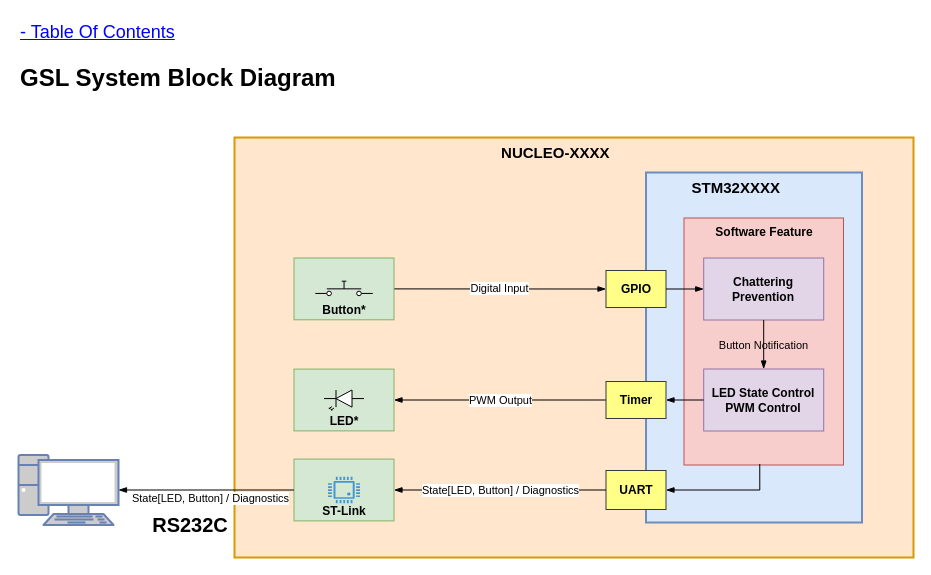
Before: page "SystemBlockDiagram" (3 of 19) of Document/GSL_Diagram.drawio in gtuja/GSL, a draw.io diagram. Source tidied: cells renumbered, new cells numbered last; positions are measured from the earlier drawing's top-left corner, leaving out a move shared by most shapes. Both pictures are drawn from the tidied source at 100%, with x=0, y=0 at pixel (18, 17).
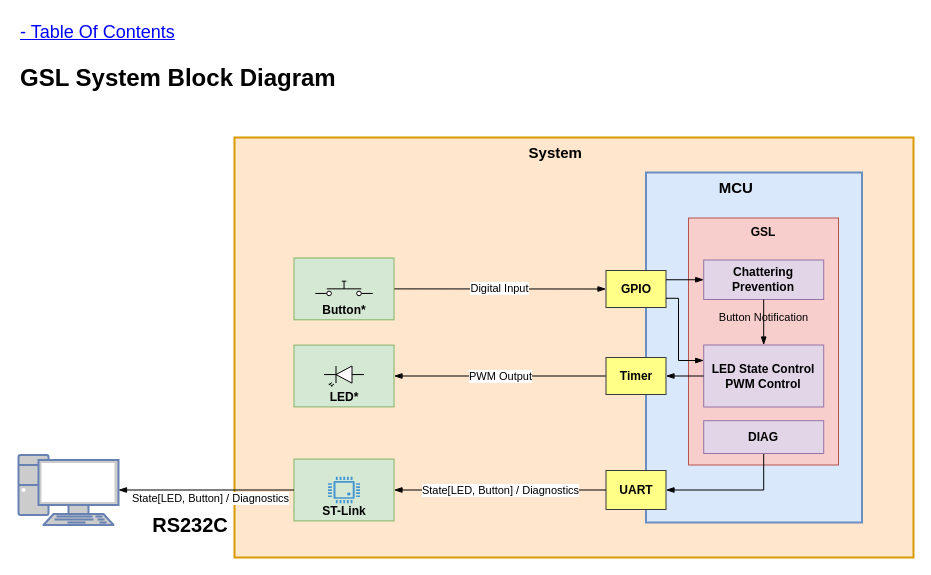
After the change.

The change refers to these unchanged cells:
```xml
<mxCell id="4" value="UART" style="rounded=0;whiteSpace=wrap;html=1;align=center;verticalAlign=middle;fontFamily=Calibri;fontStyle=1;fillColor=#ffff88;strokeColor=#36393d;" parent="1" vertex="1">
  <mxGeometry x="587.5" y="453" width="60" height="39" as="geometry" />
</mxCell>
<mxCell id="14" value="GPIO" style="rounded=0;whiteSpace=wrap;html=1;align=center;verticalAlign=middle;fontFamily=Calibri;fontStyle=1;fillColor=#ffff88;strokeColor=#36393d;" parent="1" vertex="1">
  <mxGeometry x="587.5" y="253" width="60" height="37" as="geometry" />
</mxCell>
```

What changed in the source:
```diff
@@
-    <mxCell id="2" value="&lt;div style=&quot;margin-top: 0pt; margin-bottom: 0pt; text-indent: -0.38in; font-size: 15px;&quot; class=&quot;O0&quot;&gt;&lt;span style=&quot;font-size: 15px; font-weight: bold;&quot;&gt;NUCLEO-XXXX&lt;/span&gt;&lt;/div&gt;" style="rounded=0;whiteSpace=wrap;html=1;strokeWidth=2;align=center;horizontal=1;verticalAlign=top;fontSize=15;labelBackgroundColor=none;fontFamily=Calibri;fillColor=#ffe6cc;strokeColor=#d79b00;" parent="1" vertex="1">
+    <mxCell id="2" value="&lt;div style=&quot;margin-top: 0pt; margin-bottom: 0pt; text-indent: -0.38in; font-size: 15px;&quot; class=&quot;O0&quot;&gt;&lt;span style=&quot;font-size: 15px; font-weight: bold;&quot;&gt;System&lt;/span&gt;&lt;/div&gt;" style="rounded=0;whiteSpace=wrap;html=1;strokeWidth=2;align=center;horizontal=1;verticalAlign=top;fontSize=15;labelBackgroundColor=none;fontFamily=Calibri;fillColor=#ffe6cc;strokeColor=#d79b00;" parent="1" vertex="1">
       <mxGeometry x="216" y="120" width="679" height="420" as="geometry" />
     </mxCell>
-    <mxCell id="3" value="&lt;div class=&quot;O0&quot; style=&quot;margin-top: 0pt; margin-bottom: 0pt; text-indent: -0.38in; font-size: 15px;&quot;&gt;&lt;div class=&quot;O0&quot; style=&quot;margin-top: 0pt; margin-bottom: 0pt; text-indent: -0.38in; font-size: 15px;&quot;&gt;&lt;span style=&quot;font-size: 15px; font-weight: bold;&quot;&gt;STM32XXXX&lt;/span&gt;&lt;/div&gt;&lt;/div&gt;" style="rounded=0;whiteSpace=wrap;html=1;strokeWidth=2;align=center;horizontal=1;verticalAlign=top;fontSize=15;labelBackgroundColor=none;fontFamily=Calibri;fillColor=#dae8fc;strokeColor=#6c8ebf;" parent="1" vertex="1">
+    <mxCell id="3" value="&lt;div class=&quot;O0&quot; style=&quot;margin-top: 0pt; margin-bottom: 0pt; text-indent: -0.38in; font-size: 15px;&quot;&gt;&lt;div class=&quot;O0&quot; style=&quot;margin-top: 0pt; margin-bottom: 0pt; text-indent: -0.38in; font-size: 15px;&quot;&gt;&lt;span style=&quot;font-size: 15px; font-weight: bold;&quot;&gt;MCU&lt;/span&gt;&lt;/div&gt;&lt;/div&gt;" style="rounded=0;whiteSpace=wrap;html=1;strokeWidth=2;align=center;horizontal=1;verticalAlign=top;fontSize=15;labelBackgroundColor=none;fontFamily=Calibri;fillColor=#dae8fc;strokeColor=#6c8ebf;" parent="1" vertex="1">
       <mxGeometry x="627.5" y="155" width="216" height="350" as="geometry" />
     </mxCell>
@@
-    <mxCell id="8" value="Software Feature" style="rounded=0;whiteSpace=wrap;html=1;horizontal=1;verticalAlign=top;flipV=0;fontFamily=Calibri;fontStyle=1;fillColor=#f8cecc;strokeColor=#b85450;" parent="1" vertex="1">
-      <mxGeometry x="665.5" y="200.5" width="159.5" height="247" as="geometry" />
+    <mxCell id="8" value="GSL" style="rounded=0;whiteSpace=wrap;html=1;horizontal=1;verticalAlign=top;flipV=0;fontFamily=Calibri;fontStyle=1;fillColor=#f8cecc;strokeColor=#b85450;" parent="1" vertex="1">
+      <mxGeometry x="670" y="200.5" width="150" height="247" as="geometry" />
     </mxCell>
     <mxCell id="9" value="Chattering&lt;div&gt;Prevention&lt;/div&gt;" style="rounded=0;whiteSpace=wrap;html=1;flipV=0;fontFamily=Calibri;fontStyle=1;fillColor=#e1d5e7;strokeColor=#9673a6;" parent="1" vertex="1">
-      <mxGeometry x="685.2" y="240.5" width="120" height="62" as="geometry" />
+      <mxGeometry x="685.2" y="242.5" width="120" height="39.5" as="geometry" />
     </mxCell>
     <mxCell id="10" value="LED State Control&lt;div&gt;PWM Control&lt;/div&gt;" style="rounded=0;whiteSpace=wrap;html=1;verticalAlign=middle;flipV=0;fontFamily=Calibri;fontStyle=1;fillColor=#e1d5e7;strokeColor=#9673a6;" parent="1" vertex="1">
-      <mxGeometry x="685.2" y="351.5" width="120" height="62" as="geometry" />
+      <mxGeometry x="685.2" y="327.5" width="120" height="62" as="geometry" />
     </mxCell>
     <mxCell id="11" value="Button Notification" style="endArrow=blockThin;startArrow=none;html=1;rounded=0;exitX=0.5;exitY=1;exitDx=0;exitDy=0;strokeWidth=1;startFill=0;endFill=1;fontFamily=Calibri;labelBorderColor=none;labelBackgroundColor=none;" parent="1" edge="1" source="9" target="10">
-      <mxGeometry relative="1" as="geometry" />
+      <mxGeometry x="-0.21" relative="1" as="geometry" />
     </mxCell>
@@
     <mxCell id="13" value="LED*" style="rounded=0;whiteSpace=wrap;html=1;fontFamily=Calibri;fontStyle=1;verticalAlign=bottom;fillColor=#d5e8d4;strokeColor=#82b366;" parent="1" vertex="1">
-      <mxGeometry x="275.5" y="351.6" width="100" height="61.8" as="geometry" />
+      <mxGeometry x="275.5" y="327.6" width="100" height="61.8" as="geometry" />
     </mxCell>
@@
     <mxCell id="15" value="Timer" style="rounded=0;whiteSpace=wrap;html=1;align=center;verticalAlign=middle;fontFamily=Calibri;fontStyle=1;fillColor=#ffff88;strokeColor=#36393d;" parent="1" vertex="1">
-      <mxGeometry x="587.5" y="364" width="60" height="37" as="geometry" />
+      <mxGeometry x="587.5" y="340" width="60" height="37" as="geometry" />
     </mxCell>
@@
-    <mxCell id="17" style="endArrow=blockThin;startArrow=none;html=1;rounded=0;entryX=1;entryY=0.5;entryDx=0;entryDy=0;exitX=0.475;exitY=0.996;exitDx=0;exitDy=0;strokeWidth=1;startFill=0;endFill=1;fontFamily=Calibri;edgeStyle=orthogonalEdgeStyle;exitPerimeter=0;" parent="1" edge="1" source="8" target="4">
+    <mxCell id="17" style="endArrow=blockThin;startArrow=none;html=1;rounded=0;entryX=1;entryY=0.5;entryDx=0;entryDy=0;exitX=0.5;exitY=1;exitDx=0;exitDy=0;strokeWidth=1;startFill=0;endFill=1;fontFamily=Calibri;edgeStyle=orthogonalEdgeStyle;" parent="1" edge="1" source="28" target="4">
       <mxGeometry relative="1" as="geometry" />
     </mxCell>
@@
-    <mxCell id="21" style="endArrow=blockThin;startArrow=none;html=1;rounded=0;entryX=0;entryY=0.5;entryDx=0;entryDy=0;exitX=1;exitY=0.5;exitDx=0;exitDy=0;strokeWidth=1;startFill=0;endFill=1;fontFamily=Calibri;" parent="1" edge="1" source="14" target="9">
+    <mxCell id="21" style="endArrow=blockThin;startArrow=none;html=1;rounded=0;entryX=0;entryY=0.5;entryDx=0;entryDy=0;exitX=1;exitY=0.25;exitDx=0;exitDy=0;strokeWidth=1;startFill=0;endFill=1;fontFamily=Calibri;edgeStyle=orthogonalEdgeStyle;" parent="1" edge="1" source="14" target="9">
       <mxGeometry relative="1" as="geometry" />
     </mxCell>
@@
     <mxCell id="24" style="verticalLabelPosition=bottom;shadow=0;dashed=0;align=center;html=1;verticalAlign=top;shape=mxgraph.electrical.opto_electronics.led_2;direction=west;" parent="1" vertex="1">
-      <mxGeometry x="305.5" y="372.5" width="40" height="20" as="geometry" />
+      <mxGeometry x="305.5" y="348.5" width="40" height="20" as="geometry" />
     </mxCell>
@@
+    <mxCell id="28" value="DIAG" style="rounded=0;whiteSpace=wrap;html=1;verticalAlign=middle;flipV=0;fontFamily=Calibri;fontStyle=1;fillColor=#e1d5e7;strokeColor=#9673a6;" parent="1" vertex="1">
+      <mxGeometry x="685.2" y="403.2" width="120" height="32.8" as="geometry" />
+    </mxCell>
+    <mxCell id="29" style="endArrow=blockThin;startArrow=none;html=1;rounded=0;entryX=0;entryY=0.25;entryDx=0;entryDy=0;exitX=1;exitY=0.75;exitDx=0;exitDy=0;strokeWidth=1;startFill=0;endFill=1;fontFamily=Calibri;edgeStyle=orthogonalEdgeStyle;" parent="1" edge="1" source="14" target="10">
+      <mxGeometry relative="1" as="geometry">
+        <Array as="points">
+          <mxPoint x="660" y="281" />
+          <mxPoint x="660" y="343" />
+        </Array>
+      </mxGeometry>
+    </mxCell>
```
